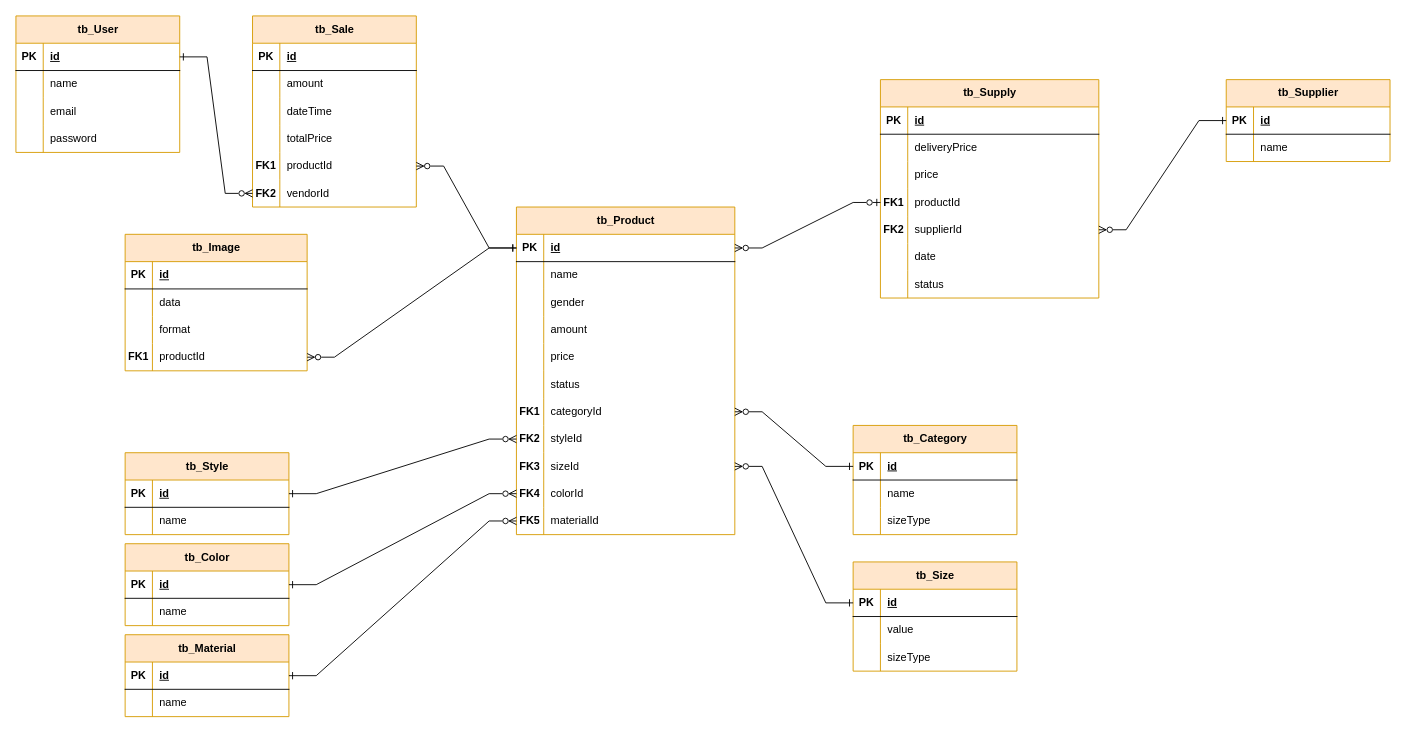
Before: page "DER" (2 of 2) of docs/UML - Clothing Store.drawio in VitorPaulinoG/ClothingStore, a draw.io diagram. Source tidied: cells renumbered, new cells numbered last; positions are measured from the earlier drawing's top-left corner, leaving out a move shared by most shapes. Both pictures are drawn from the tidied source at 91%, with x=0, y=0 at pixel (15, 15).
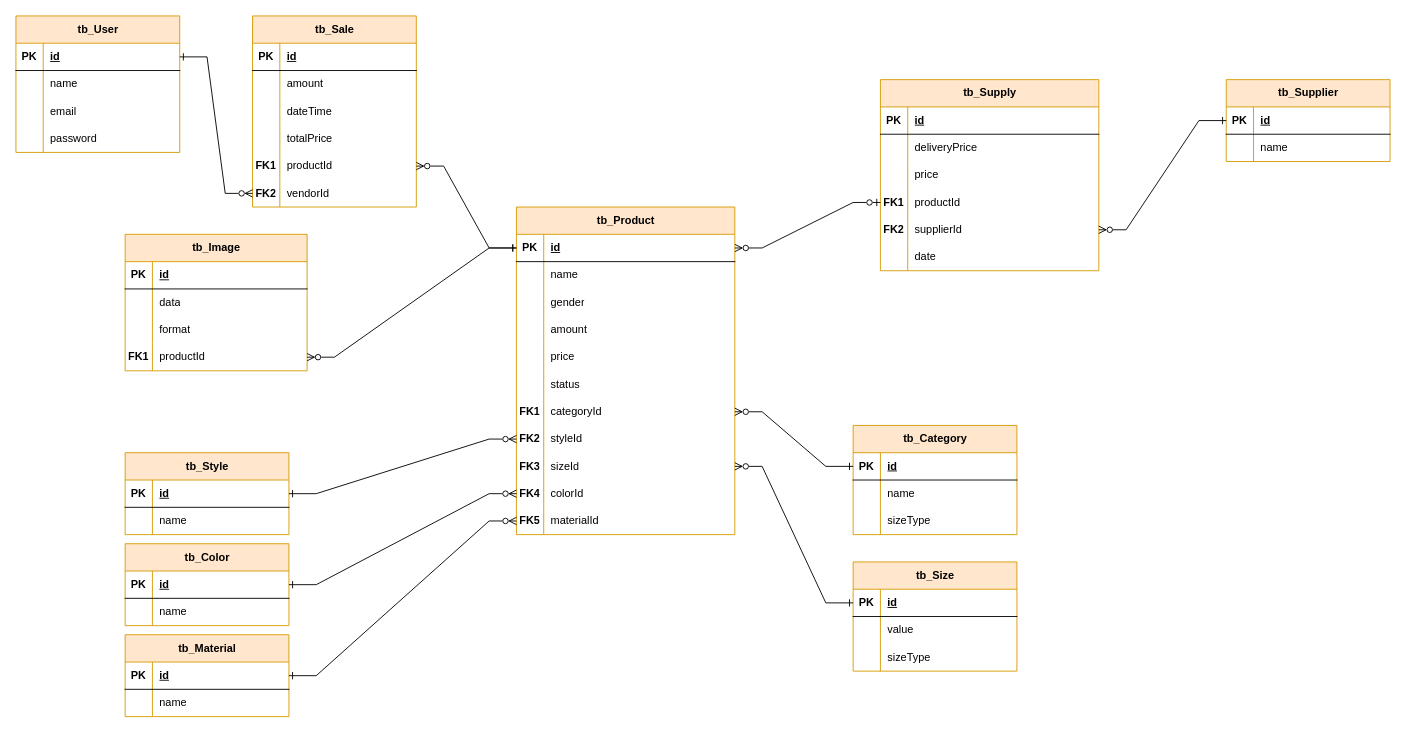
The same diagram, later.

What changed in the source:
```diff
@@
     <mxCell id="129" value="tb_Supply" style="shape=table;startSize=30;childLayout=tableLayout;rowLines=0;fontStyle=1;align=center;html=1;fontFamily=Cascadia Code;fillColor=#ffe6cc;strokeColor=#d79b00;" parent="1" vertex="1">
-      <mxGeometry x="950" y="70" width="240" height="240" as="geometry" />
+      <mxGeometry x="950" y="70" width="240" height="210" as="geometry" />
     </mxCell>
@@
-    <mxCell id="148" style="shape=tableRow;horizontal=0;startSize=0;swimlaneHead=0;swimlaneBody=0;fillColor=none;top=0;left=0;right=0;bottom=0;" parent="129" vertex="1">
-      <mxGeometry y="210" width="240" height="30" as="geometry" />
-    </mxCell>
-    <mxCell id="149" style="shape=partialRectangle;fillColor=none;top=0;left=0;bottom=0;right=0;overflow=hidden;whiteSpace=wrap;html=1;" parent="148" vertex="1">
-      <mxGeometry width="30" height="30" as="geometry" />
-    </mxCell>
-    <mxCell id="150" value="&lt;font face=&quot;Cascadia Code&quot;&gt;status&lt;/font&gt;" style="shape=partialRectangle;fillColor=none;top=0;left=0;bottom=0;right=0;align=left;spacingLeft=6;overflow=hidden;whiteSpace=wrap;html=1;" parent="148" vertex="1">
-      <mxGeometry x="30" width="210" height="30" as="geometry" />
-    </mxCell>
```
